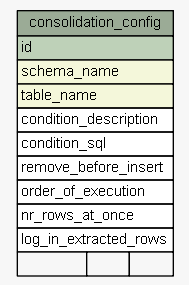
Above: doc/system/diagrams/summary/consolidation_config.1degree.png in SOLA-FAO/database_sola (Graphviz), before the change. Its source is kept beside it as doc/system/diagrams/summary/consolidation_config.1degree.dot. The source it was exported from:
```dot
digraph "consolidation_config" {
  graph [
    rankdir="RL"
    bgcolor="#f7f7f7"
    nodesep="0.18"
    ranksep="0.46"
    fontname="Helvetica"
    fontsize="11"
  ];
  node [
    fontname="Helvetica"
    fontsize="11"
    shape="plaintext"
  ];
  edge [
    arrowsize="0.8"
  ];
  "consolidation_config" [
    label=<
    <TABLE BORDER="0" CELLBORDER="1" CELLSPACING="0" BGCOLOR="#ffffff">
      <TR><TD COLSPAN="3" BGCOLOR="#9bab96" ALIGN="CENTER">consolidation_config</TD></TR>
      <TR><TD PORT="id" COLSPAN="3" BGCOLOR="#bed1b8" ALIGN="LEFT">id</TD></TR>
      <TR><TD PORT="schema_name" COLSPAN="3" BGCOLOR="#f4f7da" ALIGN="LEFT">schema_name</TD></TR>
      <TR><TD PORT="table_name" COLSPAN="3" BGCOLOR="#f4f7da" ALIGN="LEFT">table_name</TD></TR>
      <TR><TD PORT="condition_description" COLSPAN="3" ALIGN="LEFT">condition_description</TD></TR>
      <TR><TD PORT="condition_sql" COLSPAN="3" ALIGN="LEFT">condition_sql</TD></TR>
      <TR><TD PORT="remove_before_insert" COLSPAN="3" ALIGN="LEFT">remove_before_insert</TD></TR>
      <TR><TD PORT="order_of_execution" COLSPAN="3" ALIGN="LEFT">order_of_execution</TD></TR>
      <TR><TD PORT="nr_rows_at_once" COLSPAN="3" ALIGN="LEFT">nr_rows_at_once</TD></TR>
      <TR><TD PORT="log_in_extracted_rows" COLSPAN="3" ALIGN="LEFT">log_in_extracted_rows</TD></TR>
      <TR><TD ALIGN="LEFT" BGCOLOR="#f7f7f7">  </TD><TD ALIGN="RIGHT" BGCOLOR="#f7f7f7">  </TD><TD ALIGN="RIGHT" BGCOLOR="#f7f7f7">  </TD></TR>
    </TABLE>>
    URL="tables/consolidation_config.html"
    tooltip="consolidation_config"
  ];
}
```
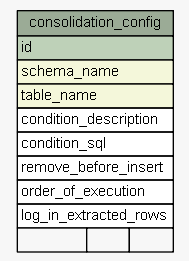
The same file after the commit.

Diff of the diagram source:
```diff
@@ -26,7 +26,6 @@
       <TR><TD PORT="condition_sql" COLSPAN="3" ALIGN="LEFT">condition_sql</TD></TR>
       <TR><TD PORT="remove_before_insert" COLSPAN="3" ALIGN="LEFT">remove_before_insert</TD></TR>
       <TR><TD PORT="order_of_execution" COLSPAN="3" ALIGN="LEFT">order_of_execution</TD></TR>
-      <TR><TD PORT="nr_rows_at_once" COLSPAN="3" ALIGN="LEFT">nr_rows_at_once</TD></TR>
       <TR><TD PORT="log_in_extracted_rows" COLSPAN="3" ALIGN="LEFT">log_in_extracted_rows</TD></TR>
       <TR><TD ALIGN="LEFT" BGCOLOR="#f7f7f7">  </TD><TD ALIGN="RIGHT" BGCOLOR="#f7f7f7">  </TD><TD ALIGN="RIGHT" BGCOLOR="#f7f7f7">  </TD></TR>
     </TABLE>>
```
